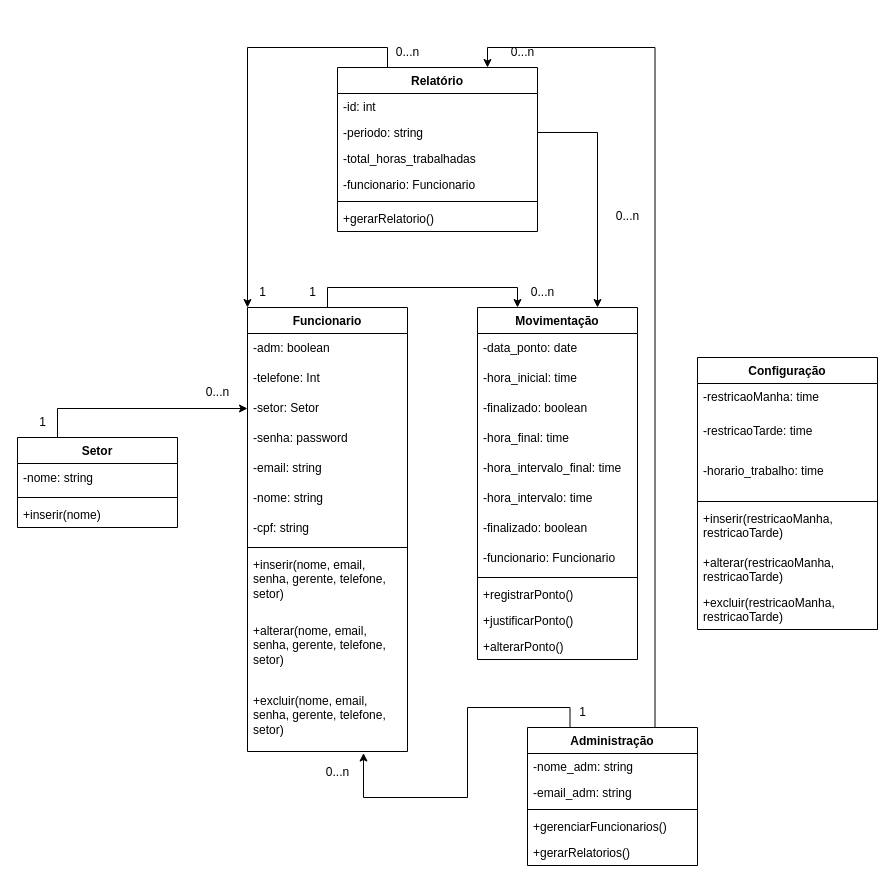
Above: Diagrama sem nome.drawio in eduardogazolla/projeto-integrador (draw.io), before the change. Source tidied: cells renumbered, new cells numbered last; positions are measured from the earlier drawing's top-left corner, leaving out a move shared by most shapes. Both pictures are drawn from the tidied source at 100%, with x=0, y=0 at pixel (17, 37).
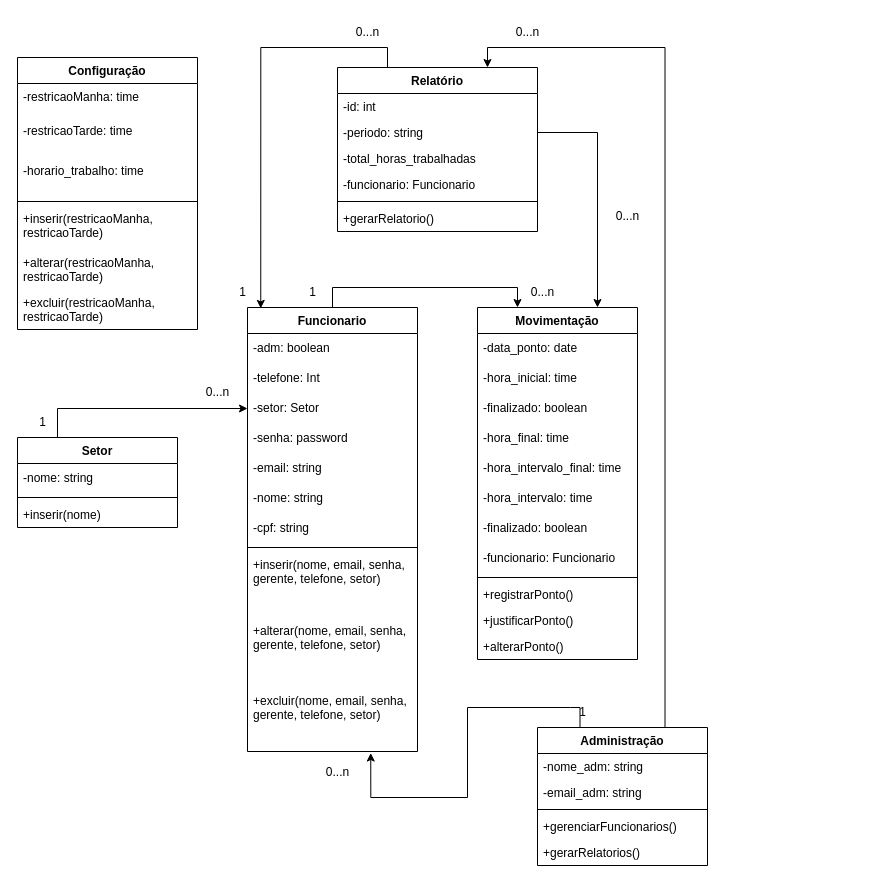
The same page after the edit.

Unchanged cells that the change refers to:
```xml
<mxCell id="47" value="Relatório" style="swimlane;fontStyle=1;align=center;verticalAlign=top;horizontal=1;startSize=26;whiteSpace=wrap;html=1;fontFamily=JetBrains Mono;" parent="1" vertex="1">
  <mxGeometry x="320" y="30" width="200" height="164" as="geometry" />
</mxCell>
```

Diff of the diagram source:
```diff
@@
     <mxCell id="4" value="0...n" style="text;html=1;align=center;verticalAlign=middle;strokeColor=none;fillColor=none;fontFamily=JetBrains Mono;" parent="1" vertex="1">
-      <mxGeometry x="360" width="60" height="30" as="geometry" />
+      <mxGeometry x="320" y="-20" width="60" height="30" as="geometry" />
     </mxCell>
@@
     <mxCell id="7" value="Funcionario" style="swimlane;fontStyle=1;align=center;verticalAlign=top;horizontal=1;startSize=26;whiteSpace=wrap;html=1;fontFamily=JetBrains Mono;" parent="1" vertex="1">
-      <mxGeometry x="230" y="270" width="160" height="444" as="geometry" />
+      <mxGeometry x="230" y="270" width="170" height="444" as="geometry" />
     </mxCell>
     <mxCell id="8" value="-adm: boolean" style="text;strokeColor=none;fillColor=none;align=left;verticalAlign=middle;spacingLeft=4;spacingRight=4;overflow=hidden;whiteSpace=wrap;html=1;fontFamily=JetBrains Mono;" parent="7" vertex="1">
-      <mxGeometry y="26" width="160" height="30" as="geometry" />
+      <mxGeometry y="26" width="170" height="30" as="geometry" />
     </mxCell>
     <mxCell id="9" value="&lt;div&gt;-telefone: Int&lt;/div&gt;" style="text;strokeColor=none;fillColor=none;align=left;verticalAlign=middle;spacingLeft=4;spacingRight=4;overflow=hidden;whiteSpace=wrap;html=1;fontFamily=JetBrains Mono;" parent="7" vertex="1">
-      <mxGeometry y="56" width="160" height="30" as="geometry" />
+      <mxGeometry y="56" width="170" height="30" as="geometry" />
     </mxCell>
     <mxCell id="10" value="-setor: Setor" style="text;strokeColor=none;fillColor=none;align=left;verticalAlign=middle;spacingLeft=4;spacingRight=4;overflow=hidden;points=[[0,0.5],[1,0.5]];portConstraint=eastwest;whiteSpace=wrap;html=1;fontFamily=JetBrains Mono;" parent="7" vertex="1">
-      <mxGeometry y="86" width="160" height="30" as="geometry" />
+      <mxGeometry y="86" width="170" height="30" as="geometry" />
     </mxCell>
     <mxCell id="11" value="-senha: password" style="text;strokeColor=none;fillColor=none;align=left;verticalAlign=middle;spacingLeft=4;spacingRight=4;overflow=hidden;whiteSpace=wrap;html=1;fontFamily=JetBrains Mono;" parent="7" vertex="1">
-      <mxGeometry y="116" width="160" height="30" as="geometry" />
+      <mxGeometry y="116" width="170" height="30" as="geometry" />
     </mxCell>
     <mxCell id="12" value="-email: string" style="text;strokeColor=none;fillColor=none;align=left;verticalAlign=middle;spacingLeft=4;spacingRight=4;overflow=hidden;whiteSpace=wrap;html=1;fontFamily=JetBrains Mono;" parent="7" vertex="1">
-      <mxGeometry y="146" width="160" height="30" as="geometry" />
+      <mxGeometry y="146" width="170" height="30" as="geometry" />
     </mxCell>
     <mxCell id="13" value="-nome: string" style="text;strokeColor=none;fillColor=none;align=left;verticalAlign=middle;spacingLeft=4;spacingRight=4;overflow=hidden;whiteSpace=wrap;html=1;fontFamily=JetBrains Mono;" parent="7" vertex="1">
-      <mxGeometry y="176" width="160" height="30" as="geometry" />
+      <mxGeometry y="176" width="170" height="30" as="geometry" />
     </mxCell>
     <mxCell id="14" value="-cpf: string" style="text;strokeColor=none;fillColor=none;align=left;verticalAlign=middle;spacingLeft=4;spacingRight=4;overflow=hidden;whiteSpace=wrap;html=1;fontFamily=JetBrains Mono;" parent="7" vertex="1">
-      <mxGeometry y="206" width="160" height="30" as="geometry" />
+      <mxGeometry y="206" width="170" height="30" as="geometry" />
     </mxCell>
     <mxCell id="15" style="line;strokeWidth=1;fillColor=none;align=left;verticalAlign=middle;spacingTop=-1;spacingLeft=3;spacingRight=3;labelPosition=right;strokeColor=inherit;fontFamily=JetBrains Mono;" parent="7" vertex="1">
-      <mxGeometry y="236" width="160" height="8" as="geometry" />
+      <mxGeometry y="236" width="170" height="8" as="geometry" />
     </mxCell>
     <mxCell id="16" value="&lt;div&gt;+inserir(nome, email, senha, gerente, telefone, setor)&lt;/div&gt;" style="text;strokeColor=none;fillColor=none;align=left;verticalAlign=top;spacingLeft=4;spacingRight=4;overflow=hidden;whiteSpace=wrap;html=1;fontFamily=JetBrains Mono;" parent="7" vertex="1">
-      <mxGeometry y="244" width="160" height="66" as="geometry" />
+      <mxGeometry y="244" width="170" height="66" as="geometry" />
     </mxCell>
     <mxCell id="17" value="&lt;div&gt;+alterar(nome, email, senha, gerente, telefone, setor)&lt;/div&gt;" style="text;strokeColor=none;fillColor=none;align=left;verticalAlign=top;spacingLeft=4;spacingRight=4;overflow=hidden;whiteSpace=wrap;html=1;fontFamily=JetBrains Mono;" parent="7" vertex="1">
-      <mxGeometry y="310" width="160" height="70" as="geometry" />
+      <mxGeometry y="310" width="170" height="70" as="geometry" />
     </mxCell>
     <mxCell id="18" value="&lt;div&gt;+excluir(nome, email, senha, gerente, telefone, setor)&lt;/div&gt;" style="text;strokeColor=none;fillColor=none;align=left;verticalAlign=top;spacingLeft=4;spacingRight=4;overflow=hidden;points=[[0,0.5],[1,0.5]];portConstraint=eastwest;whiteSpace=wrap;html=1;fontFamily=JetBrains Mono;" parent="7" vertex="1">
-      <mxGeometry y="380" width="160" height="64" as="geometry" />
+      <mxGeometry y="380" width="170" height="64" as="geometry" />
     </mxCell>
@@
     <mxCell id="38" value="Configuração" style="swimlane;fontStyle=1;align=center;verticalAlign=top;horizontal=1;startSize=26;whiteSpace=wrap;html=1;fontFamily=JetBrains Mono;" parent="1" vertex="1">
-      <mxGeometry x="680" y="320" width="180" height="272" as="geometry" />
+      <mxGeometry y="20" width="180" height="272" as="geometry" />
     </mxCell>
@@
-    <mxCell id="46" style="edgeStyle=orthogonalEdgeStyle;rounded=0;jettySize=auto;html=1;exitX=0.25;exitY=0;exitDx=0;exitDy=0;entryX=0;entryY=0;entryDx=0;entryDy=0;fontFamily=JetBrains Mono;" parent="1" edge="1" source="47" target="7">
+    <mxCell id="46" style="edgeStyle=orthogonalEdgeStyle;rounded=0;jettySize=auto;html=1;exitX=0.25;exitY=0;exitDx=0;exitDy=0;entryX=0.078;entryY=0.002;entryDx=0;entryDy=0;fontFamily=JetBrains Mono;entryPerimeter=0;" parent="1" edge="1" source="47" target="7">
       <mxGeometry relative="1" as="geometry" />
     </mxCell>
@@
     <mxCell id="56" value="Administração" style="swimlane;fontStyle=1;align=center;verticalAlign=top;horizontal=1;startSize=26;whiteSpace=wrap;html=1;fontFamily=JetBrains Mono;" parent="1" vertex="1">
-      <mxGeometry x="510" y="690" width="170" height="138" as="geometry" />
+      <mxGeometry x="520" y="690" width="170" height="138" as="geometry" />
     </mxCell>
@@
     <mxCell id="64" value="1" style="text;html=1;align=center;verticalAlign=middle;strokeColor=none;fillColor=none;fontFamily=JetBrains Mono;" parent="1" vertex="1">
-      <mxGeometry x="230" y="240" width="30" height="30" as="geometry" />
+      <mxGeometry x="210" y="240" width="30" height="30" as="geometry" />
     </mxCell>
@@
     <mxCell id="67" value="0...n" style="text;html=1;align=center;verticalAlign=middle;strokeColor=none;fillColor=none;fontFamily=JetBrains Mono;" parent="1" vertex="1">
-      <mxGeometry x="475" width="60" height="30" as="geometry" />
+      <mxGeometry x="480" y="-20" width="60" height="30" as="geometry" />
     </mxCell>
```
